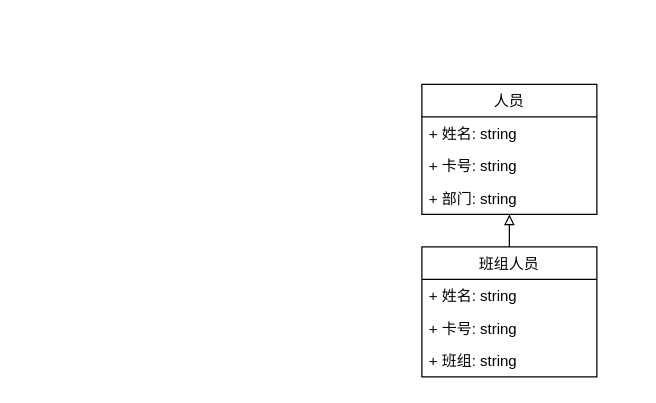
Above: packages/2_design_principle/人员继承.drawio in yyc-git/ModernGameEngineDesignEdu (draw.io), before the change. Source tidied: cells renumbered, new cells numbered last; positions are measured from the earlier drawing's top-left corner, leaving out a move shared by most shapes. Both pictures are drawn from the tidied source at 125%, with x=0, y=0 at pixel (421, 84).
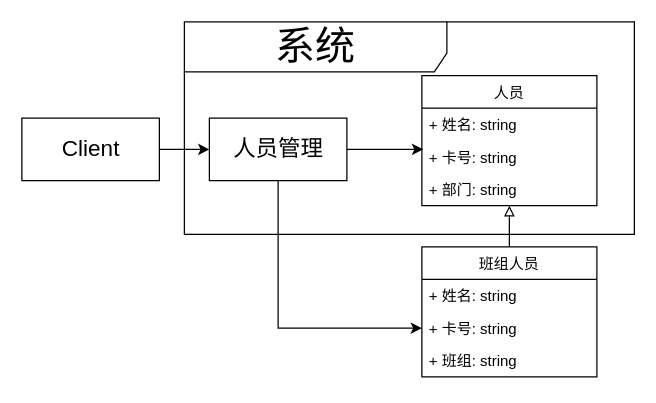
The same page after the edit.

What changed in the source:
```diff
@@
 <mxGraphModel>
   <root>
     <mxCell id="0" />
     <mxCell id="1" parent="0" />
+    <mxCell id="11" value="&lt;font style=&quot;font-size: 32px&quot;&gt;系统&lt;/font&gt;" style="shape=umlFrame;whiteSpace=wrap;html=1;width=210;height=40;fontSize=32;" parent="1" vertex="1">
+      <mxGeometry x="-190" y="-50" width="360" height="170" as="geometry" />
+    </mxCell>
     <mxCell id="2" value="人员" style="swimlane;fontStyle=0;horizontal=1;startSize=26;fillColor=none;" parent="1" vertex="1">
-      <mxGeometry width="140" height="104" as="geometry" />
+      <mxGeometry y="-7" width="140" height="104" as="geometry" />
     </mxCell>
     <mxCell id="3" value="+ 姓名: string" style="text;strokeColor=none;fillColor=none;align=left;verticalAlign=top;spacingLeft=4;spacingRight=4;overflow=hidden;" parent="2" vertex="1">
       <mxGeometry y="26" width="140" height="26" as="geometry" />
     </mxCell>
     <mxCell id="4" value="+ 卡号: string" style="text;strokeColor=none;fillColor=none;align=left;verticalAlign=top;spacingLeft=4;spacingRight=4;overflow=hidden;points=[[0,0.5],[1,0.5]];portConstraint=eastwest;" parent="2" vertex="1">
       <mxGeometry y="52" width="140" height="26" as="geometry" />
     </mxCell>
     <mxCell id="5" value="+ 部门: string" style="text;strokeColor=none;fillColor=none;align=left;verticalAlign=top;spacingLeft=4;spacingRight=4;overflow=hidden;" parent="2" vertex="1">
       <mxGeometry y="78" width="140" height="26" as="geometry" />
     </mxCell>
     <mxCell id="6" style="endArrow=block;html=1;entryX=0.5;entryY=1;entryDx=0;entryDy=0;endFill=0;" parent="1" edge="1" target="2">
       <mxGeometry relative="1" as="geometry">
         <mxPoint x="70" y="130" as="sourcePoint" />
       </mxGeometry>
     </mxCell>
     <mxCell id="7" value="班组人员" style="swimlane;fontStyle=0;horizontal=1;startSize=26;fillColor=none;" parent="1" vertex="1">
       <mxGeometry y="130" width="140" height="104" as="geometry" />
     </mxCell>
     <mxCell id="8" value="+ 姓名: string" style="text;strokeColor=none;fillColor=none;align=left;verticalAlign=top;spacingLeft=4;spacingRight=4;overflow=hidden;" parent="7" vertex="1">
       <mxGeometry y="26" width="140" height="26" as="geometry" />
     </mxCell>
     <mxCell id="9" value="+ 卡号: string" style="text;strokeColor=none;fillColor=none;align=left;verticalAlign=top;spacingLeft=4;spacingRight=4;overflow=hidden;points=[[0,0.5],[1,0.5]];portConstraint=eastwest;" parent="7" vertex="1">
       <mxGeometry y="52" width="140" height="26" as="geometry" />
     </mxCell>
     <mxCell id="10" value="+ 班组: string" style="text;strokeColor=none;fillColor=none;align=left;verticalAlign=top;spacingLeft=4;spacingRight=4;overflow=hidden;" parent="7" vertex="1">
       <mxGeometry y="78" width="140" height="26" as="geometry" />
     </mxCell>
+    <mxCell id="12" style="edgeStyle=orthogonalEdgeStyle;rounded=0;jettySize=auto;html=1;entryX=0;entryY=0.5;entryDx=0;entryDy=0;" parent="1" edge="1" source="14" target="9">
+      <mxGeometry relative="1" as="geometry" />
+    </mxCell>
+    <mxCell id="13" style="edgeStyle=orthogonalEdgeStyle;rounded=0;jettySize=auto;html=1;entryX=0.007;entryY=0.269;entryDx=0;entryDy=0;entryPerimeter=0;" parent="1" edge="1" source="14" target="4">
+      <mxGeometry relative="1" as="geometry" />
+    </mxCell>
+    <mxCell id="14" value="&lt;span style=&quot;font-family: &amp;#34;helvetica&amp;#34;&quot;&gt;人员管理&lt;/span&gt;" style="html=1;fontSize=18;" parent="1" vertex="1">
+      <mxGeometry x="-170" y="27" width="110" height="50" as="geometry" />
+    </mxCell>
+    <mxCell id="15" style="edgeStyle=orthogonalEdgeStyle;rounded=0;jettySize=auto;html=1;entryX=0;entryY=0.5;entryDx=0;entryDy=0;" parent="1" edge="1" source="16" target="14">
+      <mxGeometry relative="1" as="geometry" />
+    </mxCell>
+    <mxCell id="16" value="&lt;span style=&quot;font-family: &amp;#34;helvetica&amp;#34;&quot;&gt;Client&lt;/span&gt;" style="html=1;fontSize=18;" parent="1" vertex="1">
+      <mxGeometry x="-320" y="27" width="110" height="50" as="geometry" />
+    </mxCell>
   </root>
 </mxGraphModel>
```
